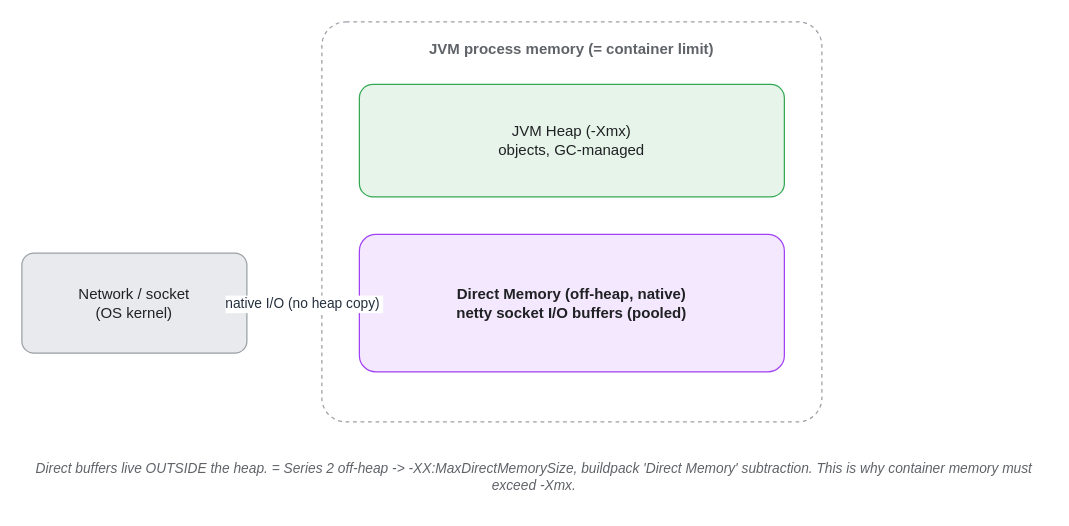
Earlier version of the draw.io diagram assets/img/spring/spring-12-netty-direct-memory.drawio (KKamJi98/kkamji98.github.io). Source tidied: cells renumbered, new cells numbered last; positions are measured from the earlier drawing's top-left corner, leaving out a move shared by most shapes. Both pictures are drawn from the tidied source at 125%, with x=0, y=0 at pixel (21, 21).
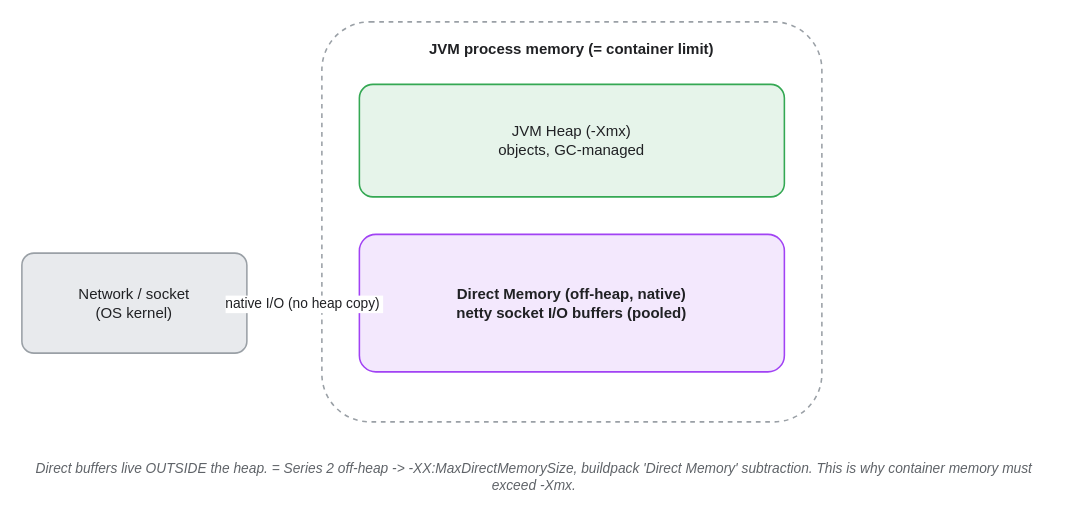
The same page after the edit.

What changed in the source:
```diff
@@
 <mxGraphModel background="#FFFFFF">
   <root>
     <mxCell id="0" />
     <mxCell id="1" parent="0" />
-    <mxCell id="2" value="JVM process memory (= container limit)" style="rounded=1;whiteSpace=wrap;html=0;arcSize=6;shadow=0;fillColor=#FFFFFF;strokeColor=#9AA0A6;fontColor=#5F6368;fontStyle=1;verticalAlign=top;align=center;dashed=1;spacingTop=8;" parent="1" vertex="1">
+    <mxCell id="2" value="JVM process memory (= container limit)" style="rounded=1;whiteSpace=wrap;html=0;arcSize=12;shadow=0;fillColor=#FFFFFF;strokeColor=#9AA0A6;fontColor=#202124;fontStyle=1;verticalAlign=top;align=center;dashed=1;spacingTop=8;strokeWidth=1.25;" parent="1" vertex="1">
       <mxGeometry x="240" width="400" height="320" as="geometry" />
     </mxCell>
-    <mxCell id="3" value="JVM Heap (-Xmx)&#10;objects, GC-managed" style="rounded=1;whiteSpace=wrap;html=0;arcSize=12;shadow=0;fillColor=#E6F4EA;strokeColor=#34A853;fontColor=#202124;" parent="1" vertex="1">
+    <mxCell id="3" value="JVM Heap (-Xmx)&#10;objects, GC-managed" style="rounded=1;whiteSpace=wrap;html=0;arcSize=12;shadow=0;fillColor=#E6F4EA;strokeColor=#34A853;fontColor=#202124;strokeWidth=1.25;" parent="1" vertex="1">
       <mxGeometry x="270" y="50" width="340" height="90" as="geometry" />
     </mxCell>
-    <mxCell id="4" value="Direct Memory (off-heap, native)&#10;netty socket I/O buffers (pooled)" style="rounded=1;whiteSpace=wrap;html=0;arcSize=12;shadow=0;fillColor=#F3E8FD;strokeColor=#A142F4;fontColor=#202124;fontStyle=1;" parent="1" vertex="1">
+    <mxCell id="4" value="Direct Memory (off-heap, native)&#10;netty socket I/O buffers (pooled)" style="rounded=1;whiteSpace=wrap;html=0;arcSize=12;shadow=0;fillColor=#F3E8FD;strokeColor=#A142F4;fontColor=#202124;fontStyle=1;strokeWidth=1.25;" parent="1" vertex="1">
       <mxGeometry x="270" y="170" width="340" height="110" as="geometry" />
     </mxCell>
-    <mxCell id="5" value="Network / socket&#10;(OS kernel)" style="rounded=1;whiteSpace=wrap;html=0;arcSize=12;shadow=0;fillColor=#E8EAED;strokeColor=#9AA0A6;fontColor=#202124;" parent="1" vertex="1">
+    <mxCell id="5" value="Network / socket&#10;(OS kernel)" style="rounded=1;whiteSpace=wrap;html=0;arcSize=12;shadow=0;fillColor=#E8EAED;strokeColor=#9AA0A6;fontColor=#202124;strokeWidth=1.25;" parent="1" vertex="1">
       <mxGeometry y="185" width="180" height="80" as="geometry" />
     </mxCell>
     <mxCell id="6" value="Direct buffers live OUTSIDE the heap. = Series 2 off-heap -&gt; -XX:MaxDirectMemorySize, buildpack 'Direct Memory' subtraction. This is why container memory must exceed -Xmx." style="text;html=0;align=center;verticalAlign=middle;whiteSpace=wrap;fontSize=11;fontColor=#5F6368;fontStyle=2;" parent="1" vertex="1">
       <mxGeometry y="342" width="820" height="44" as="geometry" />
     </mxCell>
-    <mxCell id="7" value="native I/O (no heap copy)" style="edgeStyle=orthogonalEdgeStyle;rounded=1;html=0;fontColor=#232F3E;strokeColor=#232F3E;labelBackgroundColor=#FFFFFF;startArrow=block;endArrow=block;exitX=1;exitY=0.5;exitDx=0;exitDy=0;entryX=0;entryY=0.5;entryDx=0;entryDy=0;strokeWidth=1.25;" parent="1" edge="1" source="5" target="4">
+    <mxCell id="7" value="native I/O (no heap copy)" style="edgeStyle=orthogonalEdgeStyle;rounded=1;html=0;fontColor=#202124;strokeColor=#232F3E;labelBackgroundColor=#FFFFFF;startArrow=block;endArrow=block;exitX=1;exitY=0.5;exitDx=0;exitDy=0;entryX=0;entryY=0.5;entryDx=0;entryDy=0;strokeWidth=1.25;endSize=7;" parent="1" edge="1" source="5" target="4">
       <mxGeometry relative="1" as="geometry" />
     </mxCell>
   </root>
 </mxGraphModel>
```
